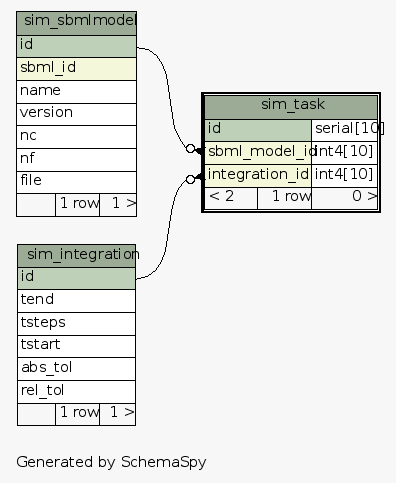
jingyayeah/multiscale-galactose keeps this Graphviz diagram as database/diagrams/sim_task.1degree.png. Above is the earlier version. Its source is kept beside it as database/diagrams/sim_task.1degree.dot. Source of this version:
```dot
digraph "oneDegreeRelationshipsDiagram" {
  graph [
    rankdir="RL"
    bgcolor="#f7f7f7"
    label="\nGenerated by SchemaSpy"
    labeljust="l"
    nodesep="0.18"
    ranksep="0.46"
    fontname="Helvetica"
    fontsize="11"
  ];
  node [
    fontname="Helvetica"
    fontsize="11"
    shape="plaintext"
  ];
  edge [
    arrowsize="0.8"
  ];
  "sim_task":"integration_id":w -> "sim_integration":"id":e [arrowhead=none dir=back arrowtail=crowodot];
  "sim_task":"sbml_model_id":w -> "sim_sbmlmodel":"id":e [arrowhead=none dir=back arrowtail=crowodot];
  "sim_integration" [
    label=<
    <TABLE BORDER="0" CELLBORDER="1" CELLSPACING="0" BGCOLOR="#ffffff">
      <TR><TD COLSPAN="3" BGCOLOR="#9bab96" ALIGN="CENTER">sim_integration</TD></TR>
      <TR><TD PORT="id" COLSPAN="3" BGCOLOR="#bed1b8" ALIGN="LEFT">id</TD></TR>
      <TR><TD PORT="tend" COLSPAN="3" ALIGN="LEFT">tend</TD></TR>
      <TR><TD PORT="tsteps" COLSPAN="3" ALIGN="LEFT">tsteps</TD></TR>
      <TR><TD PORT="tstart" COLSPAN="3" ALIGN="LEFT">tstart</TD></TR>
      <TR><TD PORT="abs_tol" COLSPAN="3" ALIGN="LEFT">abs_tol</TD></TR>
      <TR><TD PORT="rel_tol" COLSPAN="3" ALIGN="LEFT">rel_tol</TD></TR>
      <TR><TD ALIGN="LEFT" BGCOLOR="#f7f7f7">  </TD><TD ALIGN="RIGHT" BGCOLOR="#f7f7f7">1 row</TD><TD ALIGN="RIGHT" BGCOLOR="#f7f7f7">1 &gt;</TD></TR>
    </TABLE>>
    URL="sim_integration.html"
    tooltip="sim_integration"
  ];
  "sim_sbmlmodel" [
    label=<
    <TABLE BORDER="0" CELLBORDER="1" CELLSPACING="0" BGCOLOR="#ffffff">
      <TR><TD COLSPAN="3" BGCOLOR="#9bab96" ALIGN="CENTER">sim_sbmlmodel</TD></TR>
      <TR><TD PORT="id" COLSPAN="3" BGCOLOR="#bed1b8" ALIGN="LEFT">id</TD></TR>
      <TR><TD PORT="sbml_id" COLSPAN="3" BGCOLOR="#f4f7da" ALIGN="LEFT">sbml_id</TD></TR>
      <TR><TD PORT="name" COLSPAN="3" ALIGN="LEFT">name</TD></TR>
      <TR><TD PORT="version" COLSPAN="3" ALIGN="LEFT">version</TD></TR>
      <TR><TD PORT="nc" COLSPAN="3" ALIGN="LEFT">nc</TD></TR>
      <TR><TD PORT="nf" COLSPAN="3" ALIGN="LEFT">nf</TD></TR>
      <TR><TD PORT="file" COLSPAN="3" ALIGN="LEFT">file</TD></TR>
      <TR><TD ALIGN="LEFT" BGCOLOR="#f7f7f7">  </TD><TD ALIGN="RIGHT" BGCOLOR="#f7f7f7">1 row</TD><TD ALIGN="RIGHT" BGCOLOR="#f7f7f7">1 &gt;</TD></TR>
    </TABLE>>
    URL="sim_sbmlmodel.html"
    tooltip="sim_sbmlmodel"
  ];
  "sim_task" [
    label=<
    <TABLE BORDER="2" CELLBORDER="1" CELLSPACING="0" BGCOLOR="#ffffff">
      <TR><TD COLSPAN="3" BGCOLOR="#9bab96" ALIGN="CENTER">sim_task</TD></TR>
      <TR><TD PORT="id" COLSPAN="2" BGCOLOR="#bed1b8" ALIGN="LEFT">id</TD><TD PORT="id.type" ALIGN="LEFT">serial[10]</TD></TR>
      <TR><TD PORT="sbml_model_id" COLSPAN="2" BGCOLOR="#f4f7da" ALIGN="LEFT">sbml_model_id</TD><TD PORT="sbml_model_id.type" ALIGN="LEFT">int4[10]</TD></TR>
      <TR><TD PORT="integration_id" COLSPAN="2" BGCOLOR="#f4f7da" ALIGN="LEFT">integration_id</TD><TD PORT="integration_id.type" ALIGN="LEFT">int4[10]</TD></TR>
      <TR><TD ALIGN="LEFT" BGCOLOR="#f7f7f7">&lt; 2</TD><TD ALIGN="RIGHT" BGCOLOR="#f7f7f7">1 row</TD><TD ALIGN="RIGHT" BGCOLOR="#f7f7f7">0 &gt;</TD></TR>
    </TABLE>>
    URL="sim_task.html"
    tooltip="sim_task"
  ];
}
```
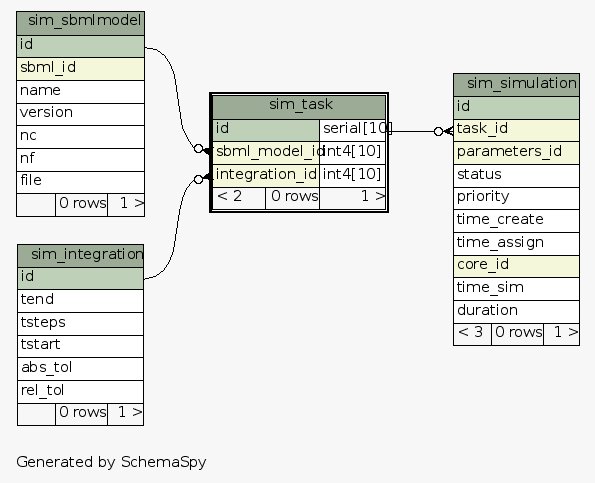
After the change.

Change to the diagram source:
```diff
@@ -17,6 +17,7 @@
   edge [
     arrowsize="0.8"
   ];
+  "sim_simulation":"task_id":w -> "sim_task":"id.type":e [arrowhead=none dir=back arrowtail=crowodot];
   "sim_task":"integration_id":w -> "sim_integration":"id":e [arrowhead=none dir=back arrowtail=crowodot];
   "sim_task":"sbml_model_id":w -> "sim_sbmlmodel":"id":e [arrowhead=none dir=back arrowtail=crowodot];
   "sim_integration" [
@@ -29,7 +30,7 @@
       <TR><TD PORT="tstart" COLSPAN="3" ALIGN="LEFT">tstart</TD></TR>
       <TR><TD PORT="abs_tol" COLSPAN="3" ALIGN="LEFT">abs_tol</TD></TR>
       <TR><TD PORT="rel_tol" COLSPAN="3" ALIGN="LEFT">rel_tol</TD></TR>
-      <TR><TD ALIGN="LEFT" BGCOLOR="#f7f7f7">  </TD><TD ALIGN="RIGHT" BGCOLOR="#f7f7f7">1 row</TD><TD ALIGN="RIGHT" BGCOLOR="#f7f7f7">1 &gt;</TD></TR>
+      <TR><TD ALIGN="LEFT" BGCOLOR="#f7f7f7">  </TD><TD ALIGN="RIGHT" BGCOLOR="#f7f7f7">0 rows</TD><TD ALIGN="RIGHT" BGCOLOR="#f7f7f7">1 &gt;</TD></TR>
     </TABLE>>
     URL="sim_integration.html"
     tooltip="sim_integration"
@@ -45,10 +46,29 @@
       <TR><TD PORT="nc" COLSPAN="3" ALIGN="LEFT">nc</TD></TR>
       <TR><TD PORT="nf" COLSPAN="3" ALIGN="LEFT">nf</TD></TR>
       <TR><TD PORT="file" COLSPAN="3" ALIGN="LEFT">file</TD></TR>
-      <TR><TD ALIGN="LEFT" BGCOLOR="#f7f7f7">  </TD><TD ALIGN="RIGHT" BGCOLOR="#f7f7f7">1 row</TD><TD ALIGN="RIGHT" BGCOLOR="#f7f7f7">1 &gt;</TD></TR>
+      <TR><TD ALIGN="LEFT" BGCOLOR="#f7f7f7">  </TD><TD ALIGN="RIGHT" BGCOLOR="#f7f7f7">0 rows</TD><TD ALIGN="RIGHT" BGCOLOR="#f7f7f7">1 &gt;</TD></TR>
     </TABLE>>
     URL="sim_sbmlmodel.html"
     tooltip="sim_sbmlmodel"
+  ];
+  "sim_simulation" [
+    label=<
+    <TABLE BORDER="0" CELLBORDER="1" CELLSPACING="0" BGCOLOR="#ffffff">
+      <TR><TD COLSPAN="3" BGCOLOR="#9bab96" ALIGN="CENTER">sim_simulation</TD></TR>
+      <TR><TD PORT="id" COLSPAN="3" BGCOLOR="#bed1b8" ALIGN="LEFT">id</TD></TR>
+      <TR><TD PORT="task_id" COLSPAN="3" BGCOLOR="#f4f7da" ALIGN="LEFT">task_id</TD></TR>
+      <TR><TD PORT="parameters_id" COLSPAN="3" BGCOLOR="#f4f7da" ALIGN="LEFT">parameters_id</TD></TR>
+      <TR><TD PORT="status" COLSPAN="3" ALIGN="LEFT">status</TD></TR>
+      <TR><TD PORT="priority" COLSPAN="3" ALIGN="LEFT">priority</TD></TR>
+      <TR><TD PORT="time_create" COLSPAN="3" ALIGN="LEFT">time_create</TD></TR>
+      <TR><TD PORT="time_assign" COLSPAN="3" ALIGN="LEFT">time_assign</TD></TR>
+      <TR><TD PORT="core_id" COLSPAN="3" BGCOLOR="#f4f7da" ALIGN="LEFT">core_id</TD></TR>
+      <TR><TD PORT="time_sim" COLSPAN="3" ALIGN="LEFT">time_sim</TD></TR>
+      <TR><TD PORT="duration" COLSPAN="3" ALIGN="LEFT">duration</TD></TR>
+      <TR><TD ALIGN="LEFT" BGCOLOR="#f7f7f7">&lt; 3</TD><TD ALIGN="RIGHT" BGCOLOR="#f7f7f7">0 rows</TD><TD ALIGN="RIGHT" BGCOLOR="#f7f7f7">1 &gt;</TD></TR>
+    </TABLE>>
+    URL="sim_simulation.html"
+    tooltip="sim_simulation"
   ];
   "sim_task" [
     label=<
@@ -57,7 +77,7 @@
       <TR><TD PORT="id" COLSPAN="2" BGCOLOR="#bed1b8" ALIGN="LEFT">id</TD><TD PORT="id.type" ALIGN="LEFT">serial[10]</TD></TR>
       <TR><TD PORT="sbml_model_id" COLSPAN="2" BGCOLOR="#f4f7da" ALIGN="LEFT">sbml_model_id</TD><TD PORT="sbml_model_id.type" ALIGN="LEFT">int4[10]</TD></TR>
       <TR><TD PORT="integration_id" COLSPAN="2" BGCOLOR="#f4f7da" ALIGN="LEFT">integration_id</TD><TD PORT="integration_id.type" ALIGN="LEFT">int4[10]</TD></TR>
-      <TR><TD ALIGN="LEFT" BGCOLOR="#f7f7f7">&lt; 2</TD><TD ALIGN="RIGHT" BGCOLOR="#f7f7f7">1 row</TD><TD ALIGN="RIGHT" BGCOLOR="#f7f7f7">0 &gt;</TD></TR>
+      <TR><TD ALIGN="LEFT" BGCOLOR="#f7f7f7">&lt; 2</TD><TD ALIGN="RIGHT" BGCOLOR="#f7f7f7">0 rows</TD><TD ALIGN="RIGHT" BGCOLOR="#f7f7f7">1 &gt;</TD></TR>
     </TABLE>>
     URL="sim_task.html"
     tooltip="sim_task"
```
